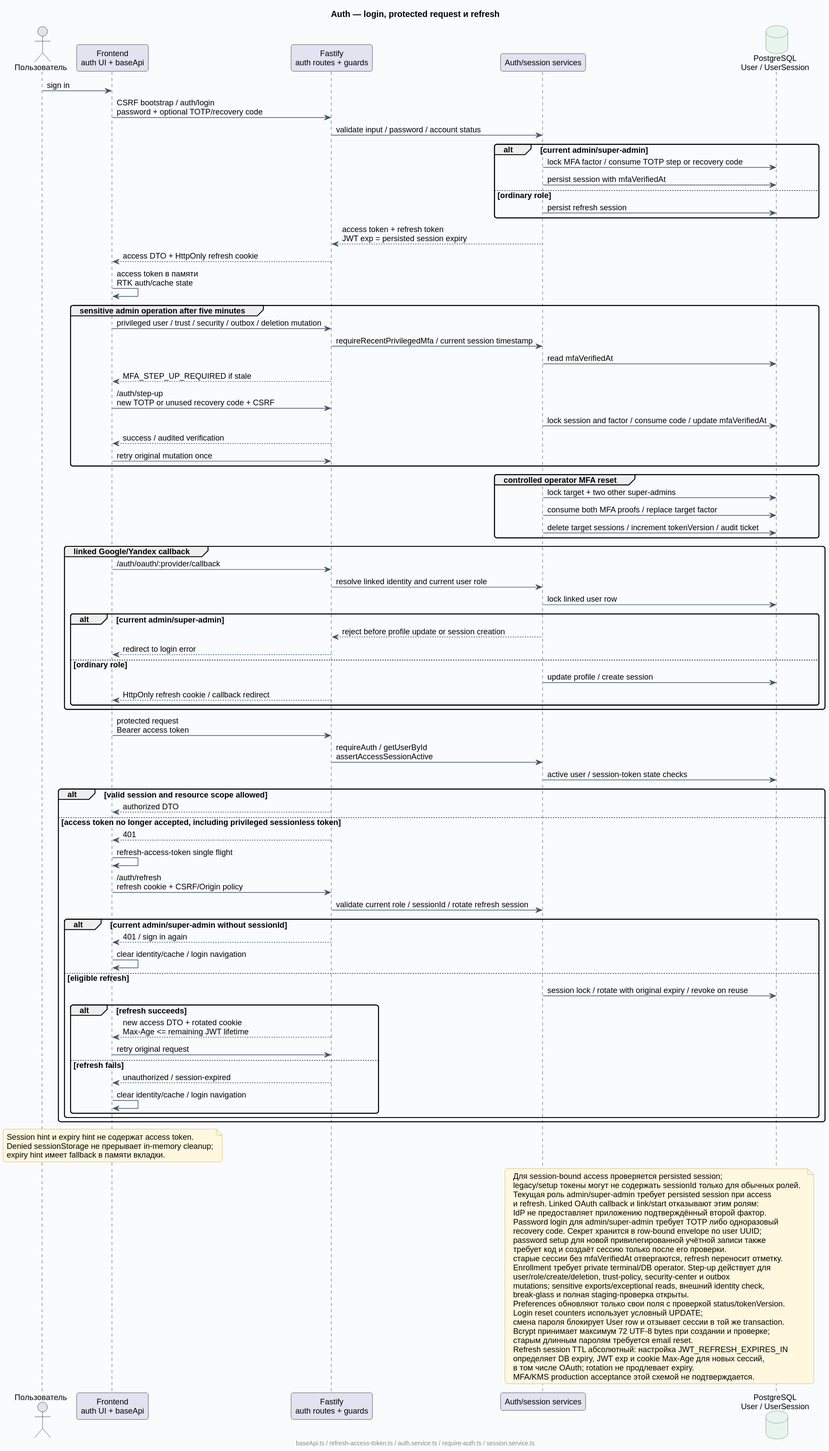
This is docs/diagrams/rendered/07-auth-session.svg from Dima163163/auto-care-hub, a PlantUML export, as it was before one commit.
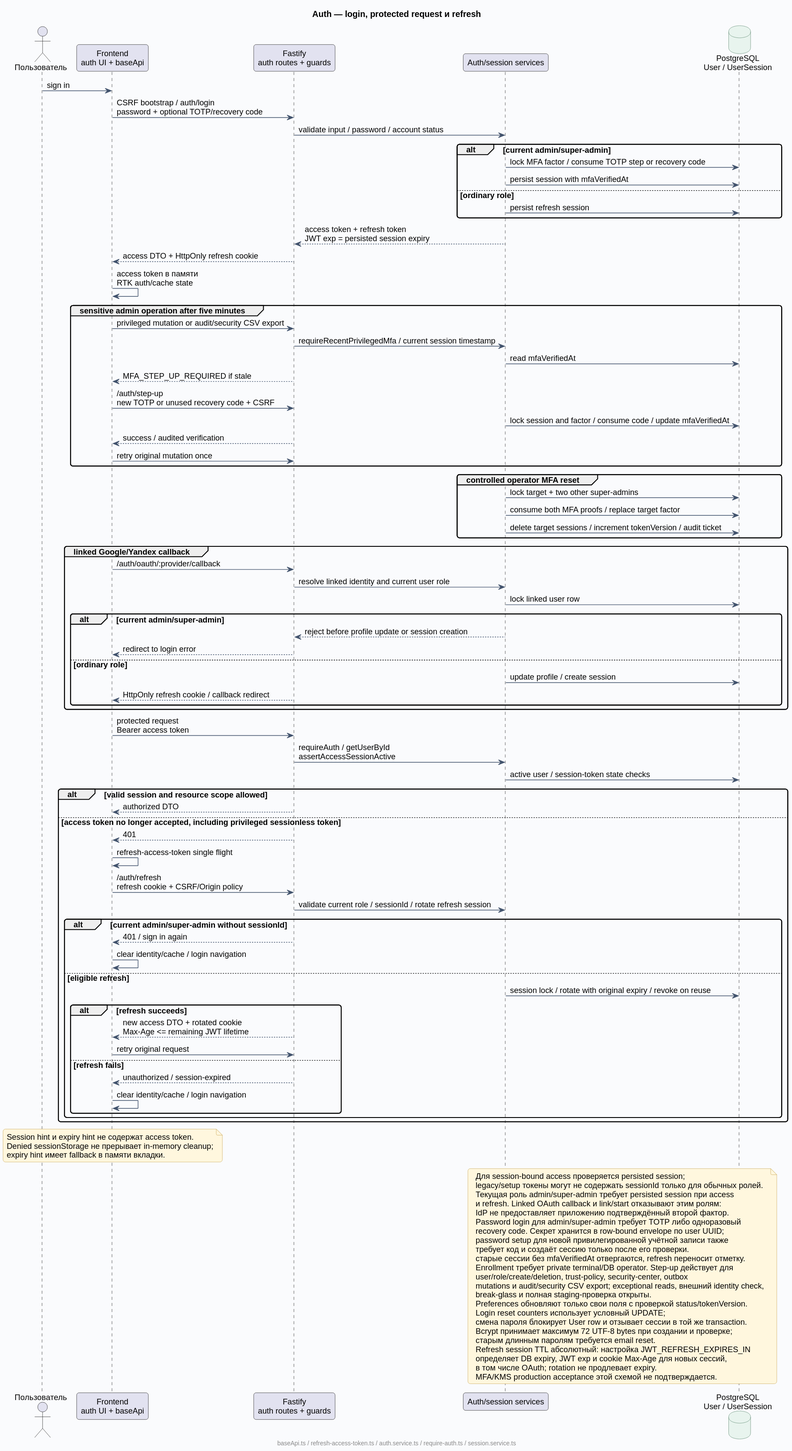
After the change.

Diff of the diagram source:
```diff
@@ -19,7 +19,7 @@
 API --> Front : access DTO + HttpOnly refresh cookie
 Front -> Front : access token в памяти\nRTK auth/cache state
 group sensitive admin operation after five minutes
-  Front -> API : privileged user / trust / security / outbox / deletion mutation
+  Front -> API : privileged mutation or audit/security CSV export
   API -> Auth : requireRecentPrivilegedMfa / current session timestamp
   Auth -> PG : read mfaVerifiedAt
   API --> Front : MFA_STEP_UP_REQUIRED if stale
@@ -86,8 +86,8 @@
   требует код и создаёт сессию только после его проверки.
   старые сессии без mfaVerifiedAt отвергаются, refresh переносит отметку.
   Enrollment требует private terminal/DB operator. Step-up действует для
-  user/role/create/deletion, trust-policy, security-center и outbox
-  mutations; sensitive exports/exceptional reads, внешний identity check,
+  user/role/create/deletion, trust-policy, security-center, outbox
+  mutations и audit/security CSV export; exceptional reads, внешний identity check,
   break-glass и полная staging-проверка открыты.
   Preferences обновляют только свои поля с проверкой status/tokenVersion.
   Login reset counters использует условный UPDATE;
```
